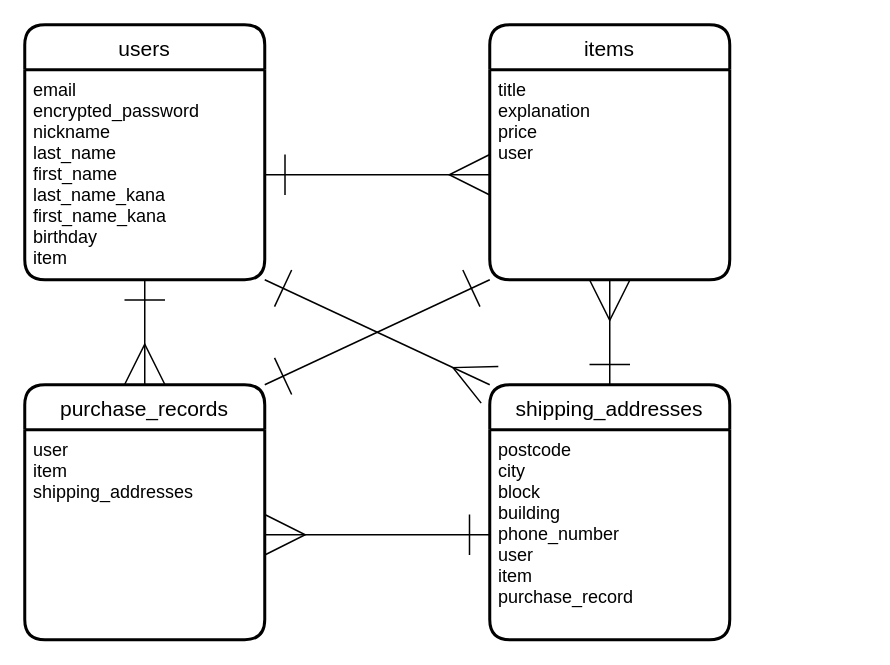
Above: er.dio in koiazi100/furima-37982 (draw.io), before the change. Source tidied: cells renumbered, new cells numbered last; positions are measured from the earlier drawing's top-left corner, leaving out a move shared by most shapes. Both pictures are drawn from the tidied source at 150%, with x=0, y=0 at pixel (24, 24).
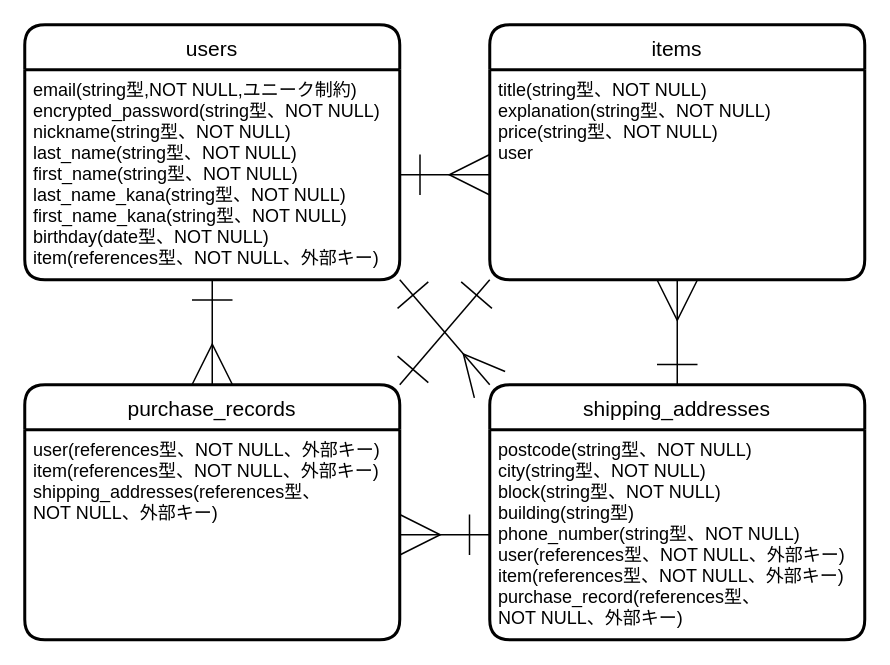
After the change.

Commit message (it also covers changes not shown here):
READ ME修正

Diff of the diagram source:
```diff
@@
 <mxGraphModel>
   <root>
     <mxCell id="0" />
     <mxCell id="1" parent="0" />
     <mxCell id="2" value="users" style="swimlane;horizontal=1;startSize=30;rounded=1;fontSize=14;fontStyle=0;strokeWidth=2;shadow=0;dashed=0;align=center;" parent="1" vertex="1">
-      <mxGeometry width="160" height="170" as="geometry" />
+      <mxGeometry width="250" height="170" as="geometry" />
     </mxCell>
-    <mxCell id="3" value="email&#10;encrypted_password&#10;nickname&#10;last_name&#10;first_name&#10;last_name_kana&#10;first_name_kana&#10;birthday&#10;item" style="align=left;strokeColor=none;fillColor=none;spacingLeft=4;fontSize=12;verticalAlign=top;" parent="2" vertex="1">
-      <mxGeometry y="30" width="160" height="140" as="geometry" />
+    <mxCell id="3" value="email(string型,NOT NULL,ユニーク制約)&#10;encrypted_password(string型、NOT NULL)&#10;nickname(string型、NOT NULL)&#10;last_name(string型、NOT NULL)&#10;first_name(string型、NOT NULL)&#10;last_name_kana(string型、NOT NULL)&#10;first_name_kana(string型、NOT NULL)&#10;birthday(date型、NOT NULL)&#10;item(references型、NOT NULL、外部キー)" style="align=left;strokeColor=none;fillColor=none;spacingLeft=4;fontSize=12;verticalAlign=top;" parent="2" vertex="1">
+      <mxGeometry y="30" width="250" height="140" as="geometry" />
     </mxCell>
     <mxCell id="4" value="items" style="swimlane;horizontal=1;startSize=30;rounded=1;fontSize=14;fontStyle=0;strokeWidth=2;shadow=0;dashed=0;align=center;" parent="1" vertex="1">
-      <mxGeometry x="310" width="160" height="170" as="geometry" />
+      <mxGeometry x="310" width="250" height="170" as="geometry" />
     </mxCell>
-    <mxCell id="5" value="title&#10;explanation&#10;price&#10;user" style="align=left;strokeColor=none;fillColor=none;spacingLeft=4;fontSize=12;verticalAlign=top;" parent="4" vertex="1">
-      <mxGeometry y="30" width="160" height="140" as="geometry" />
+    <mxCell id="5" value="title(string型、NOT NULL)&#10;explanation(string型、NOT NULL)&#10;price(string型、NOT NULL)&#10;user" style="align=left;strokeColor=none;fillColor=none;spacingLeft=4;fontSize=12;verticalAlign=top;" parent="4" vertex="1">
+      <mxGeometry y="30" width="250" height="140" as="geometry" />
     </mxCell>
     <mxCell id="6" style="edgeStyle=none;html=1;entryX=0;entryY=0.5;entryDx=0;entryDy=0;endArrow=ERmany;endFill=0;endSize=25;exitX=1;exitY=0.5;exitDx=0;exitDy=0;startArrow=ERone;startFill=0;startSize=25;" parent="1" edge="1" source="3" target="5">
       <mxGeometry relative="1" as="geometry" />
     </mxCell>
     <mxCell id="7" style="edgeStyle=none;html=1;exitX=0.5;exitY=0;exitDx=0;exitDy=0;entryX=0.5;entryY=1;entryDx=0;entryDy=0;startArrow=ERone;startFill=0;endArrow=ERmany;endFill=0;startSize=25;endSize=25;" parent="1" edge="1" source="8" target="4">
       <mxGeometry relative="1" as="geometry" />
     </mxCell>
     <mxCell id="8" value="shipping_addresses" style="swimlane;horizontal=1;startSize=30;rounded=1;fontSize=14;fontStyle=0;strokeWidth=2;shadow=0;dashed=0;align=center;" parent="1" vertex="1">
-      <mxGeometry x="310" y="240" width="160" height="170" as="geometry" />
+      <mxGeometry x="310" y="240" width="250" height="170" as="geometry" />
     </mxCell>
-    <mxCell id="9" value="postcode&#10;city&#10;block&#10;building&#10;phone_number&#10;user&#10;item&#10;purchase_record" style="align=left;strokeColor=none;fillColor=none;spacingLeft=4;fontSize=12;verticalAlign=top;" parent="8" vertex="1">
-      <mxGeometry y="30" width="160" height="140" as="geometry" />
+    <mxCell id="9" value="postcode(string型、NOT NULL)&#10;city(string型、NOT NULL)&#10;block(string型、NOT NULL)&#10;building(string型)&#10;phone_number(string型、NOT NULL)&#10;user(references型、NOT NULL、外部キー)&#10;item(references型、NOT NULL、外部キー)&#10;purchase_record(references型、&#10;NOT NULL、外部キー)" style="align=left;strokeColor=none;fillColor=none;spacingLeft=4;fontSize=12;verticalAlign=top;" parent="8" vertex="1">
+      <mxGeometry y="30" width="250" height="140" as="geometry" />
     </mxCell>
     <mxCell id="10" value="purchase_records" style="swimlane;horizontal=1;startSize=30;rounded=1;fontSize=14;fontStyle=0;strokeWidth=2;shadow=0;dashed=0;align=center;" parent="1" vertex="1">
-      <mxGeometry y="240" width="160" height="170" as="geometry" />
+      <mxGeometry y="240" width="250" height="170" as="geometry" />
     </mxCell>
-    <mxCell id="11" value="user&#10;item&#10;shipping_addresses" style="align=left;strokeColor=none;fillColor=none;spacingLeft=4;fontSize=12;verticalAlign=top;" parent="10" vertex="1">
-      <mxGeometry y="30" width="160" height="140" as="geometry" />
+    <mxCell id="11" value="user(references型、NOT NULL、外部キー)&#10;item(references型、NOT NULL、外部キー)&#10;shipping_addresses(references型、&#10;NOT NULL、外部キー)" style="align=left;strokeColor=none;fillColor=none;spacingLeft=4;fontSize=12;verticalAlign=top;" parent="10" vertex="1">
+      <mxGeometry y="30" width="250" height="140" as="geometry" />
     </mxCell>
     <mxCell id="12" style="edgeStyle=none;html=1;exitX=0.5;exitY=1;exitDx=0;exitDy=0;entryX=0.5;entryY=0;entryDx=0;entryDy=0;startArrow=ERone;startFill=0;endArrow=ERmany;endFill=0;startSize=25;endSize=25;" parent="1" edge="1" source="3" target="10">
       <mxGeometry relative="1" as="geometry" />
     </mxCell>
     <mxCell id="13" style="edgeStyle=none;html=1;exitX=1;exitY=1;exitDx=0;exitDy=0;entryX=0;entryY=0;entryDx=0;entryDy=0;startArrow=ERone;startFill=0;endArrow=ERmany;endFill=0;startSize=25;endSize=25;" parent="1" edge="1" source="3" target="8">
       <mxGeometry relative="1" as="geometry" />
     </mxCell>
     <mxCell id="14" style="edgeStyle=none;html=1;entryX=1;entryY=0.5;entryDx=0;entryDy=0;startArrow=ERone;startFill=0;endArrow=ERmany;endFill=0;startSize=25;endSize=25;" parent="1" edge="1" source="9" target="11">
       <mxGeometry relative="1" as="geometry" />
     </mxCell>
     <mxCell id="15" style="edgeStyle=none;html=1;exitX=0;exitY=1;exitDx=0;exitDy=0;entryX=1;entryY=0;entryDx=0;entryDy=0;startArrow=ERone;startFill=0;endArrow=ERone;endFill=0;startSize=25;endSize=25;" parent="1" edge="1" source="5" target="10">
       <mxGeometry relative="1" as="geometry" />
     </mxCell>
   </root>
 </mxGraphModel>
```
